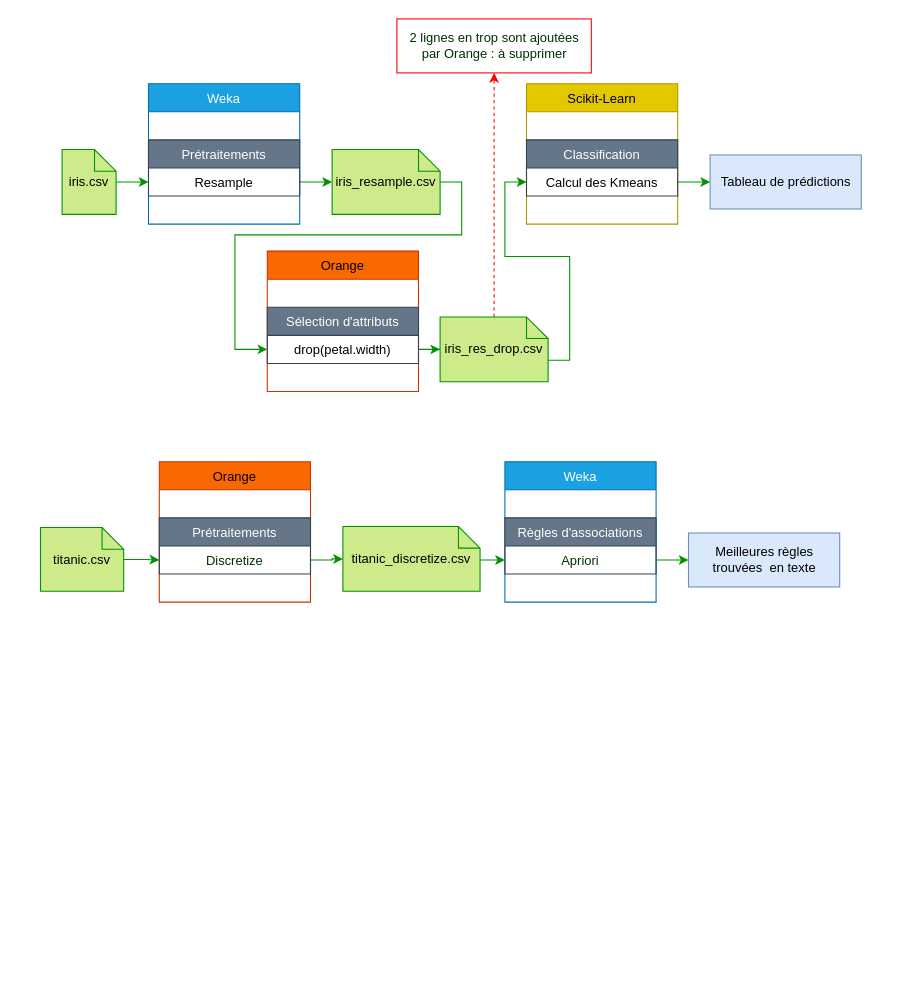
Earlier version of the draw.io diagram page "schéma chaines de traitements" (1 of 2) of chaines_de_traitement/schema_interoperabilite.drawio (Sc00bi/TER_FCA_Notebook). Source tidied: cells renumbered, new cells numbered last; positions are measured from the earlier drawing's top-left corner, leaving out a move shared by most shapes. Both pictures are drawn from the tidied source at 108%, with x=0, y=0 at pixel (40, 18).
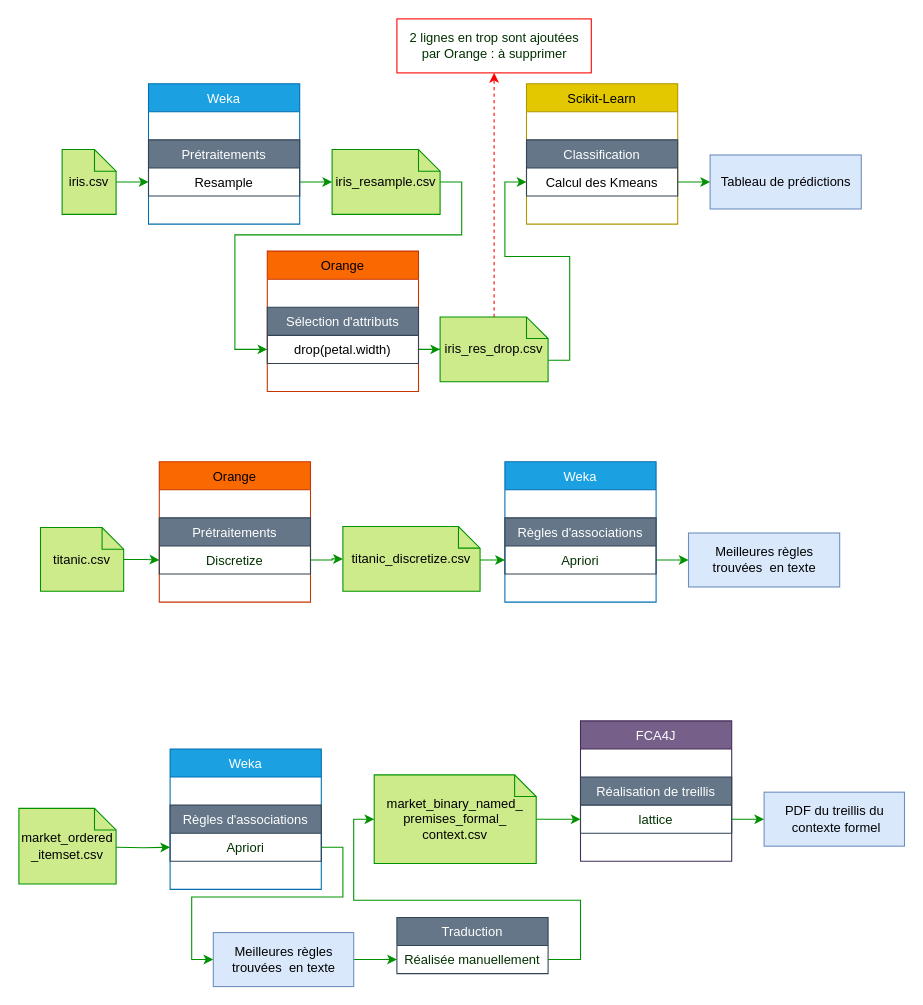
After the change.

Change to the diagram source:
```diff
@@
+    <mxCell id="46" style="edgeStyle=orthogonalEdgeStyle;rounded=0;jettySize=auto;html=1;entryX=0;entryY=0.5;entryDx=0;entryDy=0;strokeColor=#009100;" parent="1" edge="1" target="51">
+      <mxGeometry relative="1" as="geometry">
+        <mxPoint x="70" y="767" as="sourcePoint" />
+      </mxGeometry>
+    </mxCell>
+    <mxCell id="47" value="&lt;div&gt;market_ordered&lt;/div&gt;&lt;div&gt;_itemset.csv&lt;/div&gt;" style="shape=note;size=20;whiteSpace=wrap;html=1;fillColor=#CDEB8B;strokeColor=#009100;" parent="1" vertex="1">
+      <mxGeometry x="-20" y="731" width="90" height="70" as="geometry" />
+    </mxCell>
+    <mxCell id="48" value="Weka" style="swimlane;fontStyle=0;horizontal=1;startSize=26;fillColor=#1ba1e2;strokeColor=#006EAF;fontColor=#ffffff;" parent="1" vertex="1">
+      <mxGeometry x="120" y="676" width="140" height="130" as="geometry" />
+    </mxCell>
+    <mxCell id="49" value=" &#10;" style="text;strokeColor=none;fillColor=none;align=left;verticalAlign=top;spacingLeft=4;spacingRight=4;overflow=hidden;" parent="48" vertex="1">
+      <mxGeometry y="26" width="140" height="26" as="geometry" />
+    </mxCell>
+    <mxCell id="50" value="Règles d'associations" style="swimlane;fontStyle=0;horizontal=1;startSize=26;fillColor=#647687;strokeColor=#314354;fontColor=#ffffff;" parent="48" vertex="1">
+      <mxGeometry y="52" width="140" height="52" as="geometry" />
+    </mxCell>
+    <mxCell id="51" value="Apriori" style="text;align=center;fontStyle=0;verticalAlign=middle;spacingLeft=3;spacingRight=3;strokeColor=none;points=[[0,0.5],[1,0.5]];portConstraint=eastwest;fontColor=#003000;" parent="50" vertex="1">
+      <mxGeometry y="26" width="140" height="26" as="geometry" />
+    </mxCell>
+    <mxCell id="52" value=" " style="text;strokeColor=none;fillColor=none;align=left;verticalAlign=top;spacingLeft=4;spacingRight=4;overflow=hidden;" parent="48" vertex="1">
+      <mxGeometry y="104" width="140" height="26" as="geometry" />
+    </mxCell>
+    <mxCell id="53" style="edgeStyle=orthogonalEdgeStyle;rounded=0;jettySize=auto;html=1;strokeColor=#009100;entryX=0;entryY=0.5;entryDx=0;entryDy=0;" parent="1" edge="1" source="51" target="55">
+      <mxGeometry relative="1" as="geometry" />
+    </mxCell>
+    <mxCell id="54" style="edgeStyle=orthogonalEdgeStyle;rounded=0;jettySize=auto;html=1;strokeColor=#009100;entryX=0;entryY=0.5;entryDx=0;entryDy=0;" parent="1" edge="1" source="55" target="57">
+      <mxGeometry relative="1" as="geometry" />
+    </mxCell>
+    <mxCell id="55" value="&lt;div&gt;Meilleures règles &lt;br&gt;&lt;/div&gt;&lt;div&gt;trouvées&amp;nbsp; en texte&lt;/div&gt;" style="html=1;strokeColor=#6c8ebf;fillColor=#dae8fc;" parent="1" vertex="1">
+      <mxGeometry x="160" y="846" width="130" height="50" as="geometry" />
+    </mxCell>
+    <mxCell id="56" value="Traduction" style="swimlane;fontStyle=0;horizontal=1;startSize=26;fillColor=#647687;strokeColor=#314354;fontColor=#ffffff;" parent="1" vertex="1">
+      <mxGeometry x="330" y="832" width="140" height="52" as="geometry" />
+    </mxCell>
+    <mxCell id="57" value="Réalisée manuellement" style="text;align=center;fontStyle=0;verticalAlign=middle;spacingLeft=3;spacingRight=3;strokeColor=none;points=[[0,0.5],[1,0.5]];portConstraint=eastwest;fontColor=#003000;" parent="56" vertex="1">
+      <mxGeometry y="26" width="140" height="26" as="geometry" />
+    </mxCell>
+    <mxCell id="58" value="FCA4J" style="swimlane;fontStyle=0;horizontal=1;startSize=26;fillColor=#76608a;strokeColor=#432D57;fontColor=#ffffff;" parent="1" vertex="1">
+      <mxGeometry x="500" y="650" width="140" height="130" as="geometry" />
+    </mxCell>
+    <mxCell id="59" value=" &#10;" style="text;strokeColor=none;fillColor=none;align=left;verticalAlign=top;spacingLeft=4;spacingRight=4;overflow=hidden;" parent="58" vertex="1">
+      <mxGeometry y="26" width="140" height="26" as="geometry" />
+    </mxCell>
+    <mxCell id="60" value="Réalisation de treillis" style="swimlane;fontStyle=0;horizontal=1;startSize=26;fillColor=#647687;strokeColor=#314354;fontColor=#ffffff;" parent="58" vertex="1">
+      <mxGeometry y="52" width="140" height="52" as="geometry" />
+    </mxCell>
+    <mxCell id="61" value="lattice" style="text;align=center;fontStyle=0;verticalAlign=middle;spacingLeft=3;spacingRight=3;strokeColor=none;points=[[0,0.5],[1,0.5]];portConstraint=eastwest;fontColor=#003000;" parent="60" vertex="1">
+      <mxGeometry y="26" width="140" height="26" as="geometry" />
+    </mxCell>
+    <mxCell id="62" value=" " style="text;strokeColor=none;fillColor=none;align=left;verticalAlign=top;spacingLeft=4;spacingRight=4;overflow=hidden;" parent="58" vertex="1">
+      <mxGeometry y="104" width="140" height="26" as="geometry" />
+    </mxCell>
+    <mxCell id="63" style="edgeStyle=orthogonalEdgeStyle;rounded=0;jettySize=auto;html=1;entryX=0;entryY=0.5;entryDx=0;entryDy=0;strokeColor=#009100;" parent="1" edge="1" source="64" target="61">
+      <mxGeometry relative="1" as="geometry" />
+    </mxCell>
+    <mxCell id="64" value="&lt;div&gt;market_binary_named_&lt;/div&gt;&lt;div&gt;premises_formal_&lt;/div&gt;&lt;div&gt;context.csv&lt;/div&gt;" style="shape=note;size=20;whiteSpace=wrap;html=1;fillColor=#CDEB8B;strokeColor=#009100;" parent="1" vertex="1">
+      <mxGeometry x="309" y="700" width="150" height="82" as="geometry" />
+    </mxCell>
+    <mxCell id="65" style="edgeStyle=orthogonalEdgeStyle;rounded=0;jettySize=auto;html=1;entryX=0;entryY=0.5;entryDx=0;entryDy=0;entryPerimeter=0;strokeColor=#009100;" parent="1" edge="1" source="57" target="64">
+      <mxGeometry relative="1" as="geometry">
+        <Array as="points">
+          <mxPoint x="500" y="871" />
+          <mxPoint x="500" y="816" />
+          <mxPoint x="290" y="816" />
+          <mxPoint x="290" y="741" />
+        </Array>
+      </mxGeometry>
+    </mxCell>
+    <mxCell id="66" style="edgeStyle=orthogonalEdgeStyle;rounded=0;jettySize=auto;html=1;strokeColor=#009100;entryX=0;entryY=0.5;entryDx=0;entryDy=0;" parent="1" edge="1" source="61" target="67">
+      <mxGeometry relative="1" as="geometry" />
+    </mxCell>
+    <mxCell id="67" value="&lt;div&gt;PDF du treillis du&lt;/div&gt;&lt;div&gt;&amp;nbsp;contexte formel&lt;br&gt;&lt;/div&gt;" style="html=1;strokeColor=#6c8ebf;fillColor=#dae8fc;" parent="1" vertex="1">
+      <mxGeometry x="670" y="716" width="130" height="50" as="geometry" />
+    </mxCell>
```
